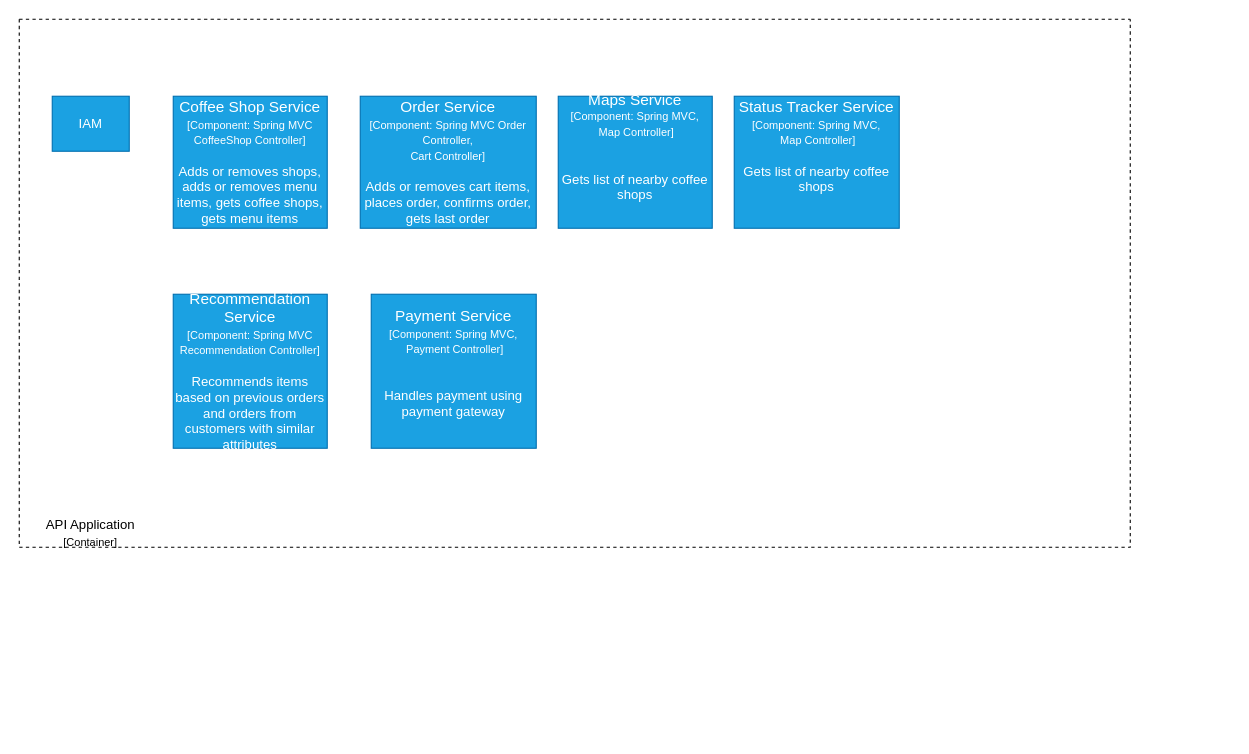
Before: API Application - Component Diagram.drawio in dinesh-i/uber-coffee-shops, a draw.io diagram. Source tidied: cells renumbered, new cells numbered last; positions are measured from the earlier drawing's top-left corner, leaving out a move shared by most shapes. Both pictures are drawn from the tidied source at 110%, with x=0, y=0 at pixel (19, 19).
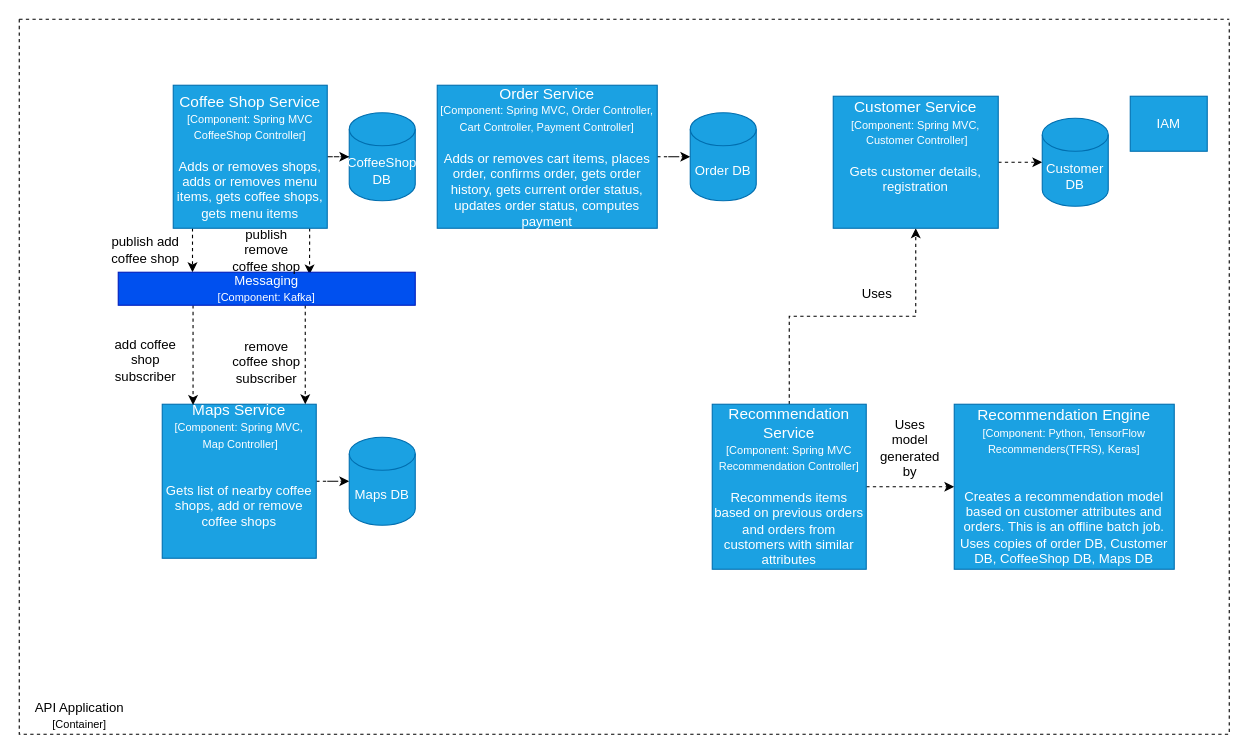
Above is the later version.

The edit, as a diff of the source:
```diff
@@
     <mxCell id="2" style="swimlane;startSize=0;dashed=1;" parent="1" vertex="1">
-      <mxGeometry width="1010" height="480" as="geometry" />
+      <mxGeometry width="1100" height="650" as="geometry" />
     </mxCell>
     <mxCell id="3" value="IAM" style="rounded=0;whiteSpace=wrap;html=1;fillColor=#1ba1e2;strokeColor=#006EAF;fontColor=#ffffff;" parent="2" vertex="1">
-      <mxGeometry x="30" y="70" width="70" height="50" as="geometry" />
+      <mxGeometry x="1010" y="70" width="70" height="50" as="geometry" />
     </mxCell>
+    <mxCell id="11" style="edgeStyle=orthogonalEdgeStyle;rounded=0;jettySize=auto;html=1;entryX=0.25;entryY=0;entryDx=0;entryDy=0;dashed=1;" parent="2" edge="1" source="4" target="25">
+      <mxGeometry relative="1" as="geometry">
+        <Array as="points">
+          <mxPoint x="158" y="210" />
+        </Array>
+      </mxGeometry>
+    </mxCell>
+    <mxCell id="12" style="edgeStyle=orthogonalEdgeStyle;rounded=0;jettySize=auto;html=1;entryX=0.644;entryY=0.067;entryDx=0;entryDy=0;entryPerimeter=0;dashed=1;" parent="2" edge="1" source="4" target="25">
+      <mxGeometry relative="1" as="geometry">
+        <Array as="points">
+          <mxPoint x="264" y="200" />
+          <mxPoint x="264" y="200" />
+        </Array>
+      </mxGeometry>
+    </mxCell>
+    <mxCell id="13" style="edgeStyle=orthogonalEdgeStyle;rounded=0;jettySize=auto;html=1;dashed=1;" parent="2" edge="1" source="4" target="30">
+      <mxGeometry relative="1" as="geometry" />
+    </mxCell>
     <mxCell id="4" value="&lt;font&gt;&lt;font style=&quot;font-size: 14px&quot;&gt;Coffee Shop Service&lt;/font&gt;&lt;br&gt;&lt;/font&gt;&lt;font style=&quot;font-size: 10px&quot;&gt;[Component: Spring MVC CoffeeShop Controller]&lt;br&gt;&lt;/font&gt;&lt;font style=&quot;font-size: 12px&quot;&gt;&lt;br&gt;Adds or removes shops, adds or removes menu items, gets coffee shops, gets menu items&lt;/font&gt;" style="rounded=0;whiteSpace=wrap;html=1;fillColor=#1ba1e2;strokeColor=#006EAF;fontColor=#ffffff;" parent="2" vertex="1">
-      <mxGeometry x="140" y="70" width="140" height="120" as="geometry" />
+      <mxGeometry x="140" y="60" width="140" height="130" as="geometry" />
     </mxCell>
+    <mxCell id="14" style="edgeStyle=orthogonalEdgeStyle;rounded=0;jettySize=auto;html=1;entryX=0;entryY=0.5;entryDx=0;entryDy=0;entryPerimeter=0;dashed=1;" parent="2" edge="1" source="5" target="29">
+      <mxGeometry relative="1" as="geometry" />
+    </mxCell>
-    <mxCell id="5" value="&lt;font&gt;&lt;font style=&quot;font-size: 14px&quot;&gt;Order Service&lt;/font&gt;&lt;br&gt;&lt;/font&gt;&lt;font style=&quot;font-size: 10px&quot;&gt;[Component: Spring MVC Order Controller, &lt;br&gt;Cart Controller]&lt;br&gt;&lt;/font&gt;&lt;font style=&quot;font-size: 12px&quot;&gt;&lt;br&gt;Adds or removes cart items, places order, confirms order, gets last order&lt;/font&gt;" style="rounded=0;whiteSpace=wrap;html=1;fillColor=#1ba1e2;strokeColor=#006EAF;fontColor=#ffffff;" parent="2" vertex="1">
-      <mxGeometry x="310" y="70" width="160" height="120" as="geometry" />
+    <mxCell id="5" value="&lt;font&gt;&lt;font style=&quot;font-size: 14px&quot;&gt;Order Service&lt;/font&gt;&lt;br&gt;&lt;/font&gt;&lt;font style=&quot;font-size: 10px&quot;&gt;[Component: Spring MVC, Order Controller, &lt;br&gt;Cart Controller, Payment Controller]&lt;br&gt;&lt;/font&gt;&lt;font style=&quot;font-size: 12px&quot;&gt;&lt;br&gt;Adds or removes cart items, places order, confirms order, gets order history, gets current order status, updates order status, computes payment&lt;/font&gt;" style="rounded=0;whiteSpace=wrap;html=1;fillColor=#1ba1e2;strokeColor=#006EAF;fontColor=#ffffff;" parent="2" vertex="1">
+      <mxGeometry x="380" y="60" width="200" height="130" as="geometry" />
     </mxCell>
+    <mxCell id="15" style="edgeStyle=orthogonalEdgeStyle;rounded=0;jettySize=auto;html=1;entryX=0;entryY=0.5;entryDx=0;entryDy=0;entryPerimeter=0;dashed=1;" parent="2" edge="1" source="6" target="32">
+      <mxGeometry relative="1" as="geometry" />
+    </mxCell>
-    <mxCell id="6" value="&lt;font&gt;&lt;font style=&quot;font-size: 14px&quot;&gt;Maps Service&lt;/font&gt;&lt;br&gt;&lt;/font&gt;&lt;font style=&quot;font-size: 10px&quot;&gt;[Component: Spring MVC,&lt;br&gt;&amp;nbsp;Map Controller]&lt;br&gt;&lt;/font&gt;&lt;font style=&quot;font-size: 12px&quot;&gt;&lt;br&gt;&lt;br&gt;Gets list of nearby coffee shops&lt;br&gt;&lt;br&gt;&lt;br&gt;&lt;/font&gt;" style="rounded=0;whiteSpace=wrap;html=1;fillColor=#1ba1e2;strokeColor=#006EAF;fontColor=#ffffff;" parent="2" vertex="1">
-      <mxGeometry x="490" y="70" width="140" height="120" as="geometry" />
+    <mxCell id="6" value="&lt;font&gt;&lt;font style=&quot;font-size: 14px&quot;&gt;Maps Service&lt;/font&gt;&lt;br&gt;&lt;/font&gt;&lt;font style=&quot;font-size: 10px&quot;&gt;[Component: Spring MVC,&lt;br&gt;&amp;nbsp;Map Controller]&lt;br&gt;&lt;/font&gt;&lt;font style=&quot;font-size: 12px&quot;&gt;&lt;br&gt;&lt;br&gt;Gets list of nearby coffee shops, add or remove coffee shops&lt;br&gt;&lt;br&gt;&lt;br&gt;&lt;/font&gt;" style="rounded=0;whiteSpace=wrap;html=1;fillColor=#1ba1e2;strokeColor=#006EAF;fontColor=#ffffff;" parent="2" vertex="1">
+      <mxGeometry x="130" y="350" width="140" height="140" as="geometry" />
     </mxCell>
-    <mxCell id="7" value="&lt;font&gt;&lt;font style=&quot;font-size: 14px&quot;&gt;Status Tracker Service&lt;/font&gt;&lt;br&gt;&lt;/font&gt;&lt;font style=&quot;font-size: 10px&quot;&gt;[Component: Spring MVC,&lt;br&gt;&amp;nbsp;Map Controller]&lt;br&gt;&lt;/font&gt;&lt;font style=&quot;font-size: 12px&quot;&gt;&lt;br&gt;Gets list of nearby coffee shops&lt;br&gt;&lt;br&gt;&lt;br&gt;&lt;/font&gt;" style="rounded=0;whiteSpace=wrap;html=1;fillColor=#1ba1e2;strokeColor=#006EAF;fontColor=#ffffff;" parent="2" vertex="1">
-      <mxGeometry x="650" y="70" width="150" height="120" as="geometry" />
-    </mxCell>
+    <mxCell id="16" style="edgeStyle=orthogonalEdgeStyle;rounded=0;jettySize=auto;html=1;entryX=0;entryY=0.5;entryDx=0;entryDy=0;dashed=1;" parent="2" edge="1" source="8" target="18">
+      <mxGeometry relative="1" as="geometry" />
+    </mxCell>
+    <mxCell id="17" style="edgeStyle=orthogonalEdgeStyle;rounded=0;jettySize=auto;html=1;dashed=1;" parent="2" edge="1" source="8" target="20">
+      <mxGeometry relative="1" as="geometry" />
+    </mxCell>
     <mxCell id="8" value="&lt;font&gt;&lt;font style=&quot;font-size: 14px&quot;&gt;Recommendation Service&lt;/font&gt;&lt;br&gt;&lt;/font&gt;&lt;font style=&quot;font-size: 10px&quot;&gt;[Component: Spring MVC Recommendation Controller]&lt;br&gt;&lt;/font&gt;&lt;font style=&quot;font-size: 12px&quot;&gt;&lt;br&gt;Recommends items based on previous orders and orders from customers with similar attributes&lt;/font&gt;" style="rounded=0;whiteSpace=wrap;html=1;fillColor=#1ba1e2;strokeColor=#006EAF;fontColor=#ffffff;" parent="2" vertex="1">
-      <mxGeometry x="140" y="250" width="140" height="140" as="geometry" />
+      <mxGeometry x="630" y="350" width="140" height="150" as="geometry" />
     </mxCell>
-    <mxCell id="9" value="&lt;font&gt;&lt;font style=&quot;font-size: 14px&quot;&gt;Payment Service&lt;/font&gt;&lt;br&gt;&lt;/font&gt;&lt;font style=&quot;font-size: 10px&quot;&gt;[Component: Spring MVC,&lt;br&gt;&amp;nbsp;Payment Controller]&lt;br&gt;&lt;/font&gt;&lt;font style=&quot;font-size: 12px&quot;&gt;&lt;br&gt;&lt;br&gt;Handles payment using payment gateway&lt;br&gt;&lt;br&gt;&lt;/font&gt;" style="rounded=0;whiteSpace=wrap;html=1;fillColor=#1ba1e2;strokeColor=#006EAF;fontColor=#ffffff;" parent="2" vertex="1">
-      <mxGeometry x="320" y="250" width="150" height="140" as="geometry" />
-    </mxCell>
+    <mxCell id="18" value="&lt;font&gt;&lt;font style=&quot;font-size: 14px&quot;&gt;Recommendation Engine&lt;/font&gt;&lt;br&gt;&lt;/font&gt;&lt;font style=&quot;font-size: 10px&quot;&gt;[Component: Python, TensorFlow Recommenders(TFRS), Keras]&lt;br&gt;&lt;/font&gt;&lt;font style=&quot;font-size: 12px&quot;&gt;&lt;br&gt;&lt;br&gt;Creates a recommendation model based on customer attributes and orders. This is an offline batch job. Uses copies of order DB, Customer DB, CoffeeShop DB, Maps DB&lt;/font&gt;" style="rounded=0;whiteSpace=wrap;html=1;fillColor=#1ba1e2;strokeColor=#006EAF;fontColor=#ffffff;" parent="2" vertex="1">
+      <mxGeometry x="850" y="350" width="200" height="150" as="geometry" />
+    </mxCell>
+    <mxCell id="19" style="edgeStyle=orthogonalEdgeStyle;rounded=0;jettySize=auto;html=1;entryX=0;entryY=0.5;entryDx=0;entryDy=0;entryPerimeter=0;dashed=1;" parent="2" edge="1" source="20" target="28">
+      <mxGeometry relative="1" as="geometry" />
+    </mxCell>
+    <mxCell id="20" value="&lt;font&gt;&lt;font style=&quot;font-size: 14px&quot;&gt;Customer Service&lt;/font&gt;&lt;br&gt;&lt;/font&gt;&lt;font style=&quot;font-size: 10px&quot;&gt;[Component: Spring MVC,&lt;br&gt;&amp;nbsp;Customer Controller]&lt;br&gt;&lt;/font&gt;&lt;font style=&quot;font-size: 12px&quot;&gt;&lt;br&gt;Gets customer details, registration&lt;br&gt;&lt;br&gt;&lt;br&gt;&lt;/font&gt;" style="rounded=0;whiteSpace=wrap;html=1;fillColor=#1ba1e2;strokeColor=#006EAF;fontColor=#ffffff;" parent="2" vertex="1">
+      <mxGeometry x="740" y="70" width="150" height="120" as="geometry" />
+    </mxCell>
+    <mxCell id="21" value="Uses" style="text;html=1;strokeColor=none;fillColor=none;align=center;verticalAlign=middle;whiteSpace=wrap;rounded=0;" parent="2" vertex="1">
+      <mxGeometry x="760" y="240" width="40" height="20" as="geometry" />
+    </mxCell>
+    <mxCell id="22" value="Uses model generated by" style="text;html=1;strokeColor=none;fillColor=none;align=center;verticalAlign=middle;whiteSpace=wrap;rounded=0;" parent="2" vertex="1">
+      <mxGeometry x="790" y="380" width="40" height="20" as="geometry" />
+    </mxCell>
+    <mxCell id="23" style="edgeStyle=orthogonalEdgeStyle;rounded=0;jettySize=auto;html=1;dashed=1;" parent="2" edge="1" source="25">
+      <mxGeometry relative="1" as="geometry">
+        <mxPoint x="260" y="350" as="targetPoint" />
+        <Array as="points">
+          <mxPoint x="260" y="280" />
+          <mxPoint x="260" y="280" />
+        </Array>
+      </mxGeometry>
+    </mxCell>
+    <mxCell id="24" style="edgeStyle=orthogonalEdgeStyle;rounded=0;jettySize=auto;html=1;entryX=0.2;entryY=0.005;entryDx=0;entryDy=0;entryPerimeter=0;dashed=1;" parent="2" edge="1" source="25" target="6">
+      <mxGeometry relative="1" as="geometry">
+        <Array as="points">
+          <mxPoint x="158" y="280" />
+          <mxPoint x="158" y="280" />
+        </Array>
+      </mxGeometry>
+    </mxCell>
+    <mxCell id="25" value="Messaging&lt;br&gt;&lt;font style=&quot;font-size: 10px&quot;&gt;[Component: Kafka]&lt;/font&gt;" style="rounded=0;whiteSpace=wrap;html=1;fillColor=#0050ef;strokeColor=#001DBC;fontColor=#ffffff;" parent="2" vertex="1">
+      <mxGeometry x="90" y="230" width="270" height="30" as="geometry" />
+    </mxCell>
+    <mxCell id="26" value="publish add coffee shop" style="text;html=1;strokeColor=none;fillColor=none;align=center;verticalAlign=middle;whiteSpace=wrap;rounded=0;" parent="2" vertex="1">
+      <mxGeometry x="80" y="200" width="70" height="20" as="geometry" />
+    </mxCell>
+    <mxCell id="27" value="publish remove coffee shop" style="text;html=1;strokeColor=none;fillColor=none;align=center;verticalAlign=middle;whiteSpace=wrap;rounded=0;" parent="2" vertex="1">
+      <mxGeometry x="190" y="200" width="70" height="20" as="geometry" />
+    </mxCell>
+    <mxCell id="28" value="Customer DB" style="shape=cylinder3;whiteSpace=wrap;html=1;boundedLbl=1;backgroundOutline=1;size=15;fillColor=#1ba1e2;strokeColor=#006EAF;fontColor=#ffffff;" parent="2" vertex="1">
+      <mxGeometry x="930" y="90" width="60" height="80" as="geometry" />
+    </mxCell>
+    <mxCell id="29" value="Order DB" style="shape=cylinder3;whiteSpace=wrap;html=1;boundedLbl=1;backgroundOutline=1;size=15;fillColor=#1ba1e2;strokeColor=#006EAF;fontColor=#ffffff;" parent="2" vertex="1">
+      <mxGeometry x="610" y="85" width="60" height="80" as="geometry" />
+    </mxCell>
+    <mxCell id="30" value="CoffeeShop DB" style="shape=cylinder3;whiteSpace=wrap;html=1;boundedLbl=1;backgroundOutline=1;size=15;fillColor=#1ba1e2;strokeColor=#006EAF;fontColor=#ffffff;" parent="2" vertex="1">
+      <mxGeometry x="300" y="85" width="60" height="80" as="geometry" />
+    </mxCell>
+    <mxCell id="31" value="add coffee shop subscriber" style="text;html=1;strokeColor=none;fillColor=none;align=center;verticalAlign=middle;whiteSpace=wrap;rounded=0;" parent="2" vertex="1">
+      <mxGeometry x="80" y="300" width="70" height="20" as="geometry" />
+    </mxCell>
+    <mxCell id="32" value="Maps DB" style="shape=cylinder3;whiteSpace=wrap;html=1;boundedLbl=1;backgroundOutline=1;size=15;fillColor=#1ba1e2;strokeColor=#006EAF;fontColor=#ffffff;" parent="2" vertex="1">
+      <mxGeometry x="300" y="380" width="60" height="80" as="geometry" />
+    </mxCell>
-    <mxCell id="10" value="API Application&lt;br&gt;&lt;font style=&quot;font-size: 10px&quot;&gt;[Container]&lt;/font&gt;" style="text;html=1;strokeColor=none;fillColor=none;align=center;verticalAlign=middle;whiteSpace=wrap;rounded=0;" parent="1" vertex="1">
-      <mxGeometry x="10" y="460" width="110" height="14" as="geometry" />
+    <mxCell id="10" value="API Application&lt;br&gt;&lt;font style=&quot;font-size: 10px&quot;&gt;[Container]&lt;/font&gt;" style="text;html=1;strokeColor=none;fillColor=none;align=center;verticalAlign=middle;whiteSpace=wrap;rounded=0;" parent="2" vertex="1">
+      <mxGeometry y="632" width="110" height="2" as="geometry" />
     </mxCell>
+    <mxCell id="33" value="remove coffee shop subscriber" style="text;html=1;strokeColor=none;fillColor=none;align=center;verticalAlign=middle;whiteSpace=wrap;rounded=0;" parent="1" vertex="1">
+      <mxGeometry x="190" y="302" width="70" height="20" as="geometry" />
+    </mxCell>
```
